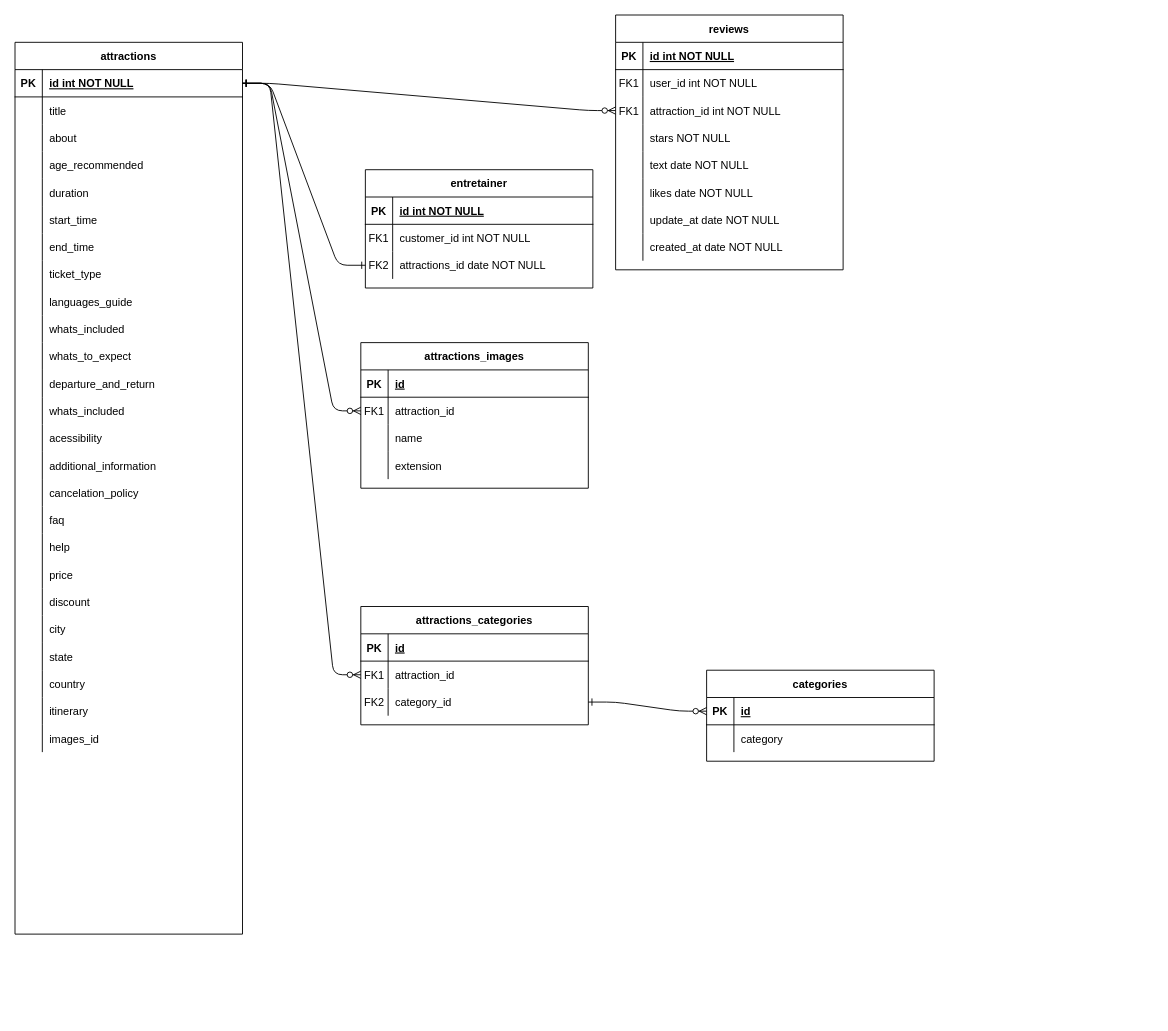
This is diagram/Untitled Diagram.drawio from gabrielulbrich/tourin, a draw.io file, before an edit. Source tidied: cells renumbered, new cells numbered last; positions are measured from the earlier drawing's top-left corner, leaving out a move shared by most shapes. Both pictures are drawn from the tidied source at 91%, with x=0, y=0 at pixel (15, 15).
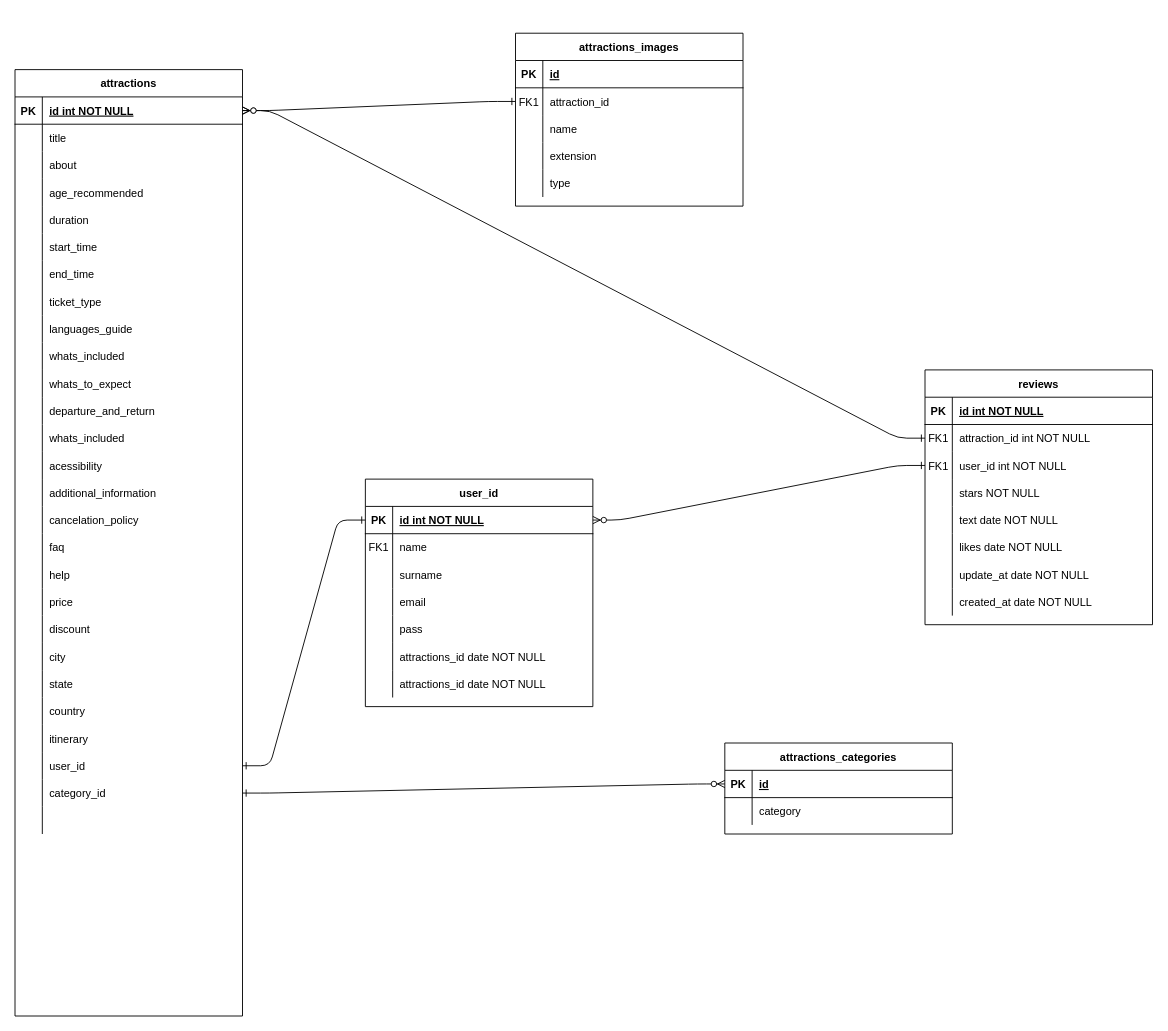
Above is the later version.

The change refers to these unchanged cells:
```xml
<mxCell id="4" style="shape=partialRectangle;fillColor=none;points=[[0,0.5],[1,0.5]];portConstraint=eastwest;top=0;left=0;right=0;bottom=1;" parent="3" vertex="1">
  <mxGeometry y="30" width="250" height="30" as="geometry" />
</mxCell>
<mxCell id="7" style="shape=partialRectangle;fillColor=none;top=0;left=0;right=0;bottom=0;" parent="3" vertex="1">
  <mxGeometry y="60" width="250" height="30" as="geometry" />
</mxCell>
<mxCell id="10" style="shape=partialRectangle;fillColor=none;points=[[0,0.5],[1,0.5]];portConstraint=eastwest;top=0;left=0;right=0;bottom=0;" parent="3" vertex="1">
  <mxGeometry y="90" width="250" height="30" as="geometry" />
</mxCell>
<mxCell id="39" style="shape=partialRectangle;fillColor=none;points=[[0,0.5],[1,0.5]];portConstraint=eastwest;top=0;left=0;right=0;bottom=1;" parent="38" vertex="1">
  <mxGeometry y="30" width="250" height="30" as="geometry" />
</mxCell>
<mxCell id="116" style="shape=partialRectangle;fillColor=none;points=[[0,0.5],[1,0.5]];portConstraint=eastwest;top=0;left=0;right=0;bottom=1;" parent="115" vertex="1">
  <mxGeometry y="30" width="250" height="30" as="geometry" />
</mxCell>
<mxCell id="137" style="shape=partialRectangle;fillColor=none;points=[[0,0.5],[1,0.5]];portConstraint=eastwest;top=0;left=0;right=0;bottom=0;" parent="133" vertex="1">
  <mxGeometry y="60" width="250" height="30" as="geometry" />
</mxCell>
```

What changed in the source:
```diff
@@
-    <mxCell id="2" style="edgeStyle=entityRelationEdgeStyle;endArrow=ERone;startArrow=ERone;endFill=0;startFill=0;exitX=1;exitY=0.5;exitDx=0;exitDy=0;entryX=0;entryY=0.5;entryDx=0;entryDy=0;" parent="1" edge="1" source="39" target="10">
+    <mxCell id="2" style="edgeStyle=entityRelationEdgeStyle;endArrow=ERone;startArrow=ERone;endFill=0;startFill=0;exitX=1;exitY=0.5;exitDx=0;exitDy=0;entryX=0;entryY=0.5;entryDx=0;entryDy=0;" parent="1" edge="1" source="162" target="4">
       <mxGeometry relative="1" as="geometry" />
     </mxCell>
-    <mxCell id="3" value="entretainer" style="shape=table;startSize=30;childLayout=tableLayout;rowLines=0;fontStyle=1;align=center;" parent="1" vertex="1">
-      <mxGeometry x="385" y="170" width="250" height="130" as="geometry" />
+    <mxCell id="3" value="user_id" style="shape=table;startSize=30;childLayout=tableLayout;rowLines=0;fontStyle=1;align=center;" parent="1" vertex="1">
+      <mxGeometry x="385" y="510" width="250" height="250" as="geometry" />
     </mxCell>
@@
-    <mxCell id="9" value="customer_id int NOT NULL" style="shape=partialRectangle;overflow=hidden;fillColor=none;top=0;left=0;bottom=0;right=0;align=left;spacingLeft=6;" parent="7" vertex="1">
+    <mxCell id="9" value="name" style="shape=partialRectangle;overflow=hidden;fillColor=none;top=0;left=0;bottom=0;right=0;align=left;spacingLeft=6;" parent="7" vertex="1">
       <mxGeometry x="30" width="220" height="30" as="geometry" />
     </mxCell>
@@
-    <mxCell id="11" value="FK2" style="shape=partialRectangle;overflow=hidden;fillColor=none;top=0;left=0;bottom=0;right=0;" parent="10" vertex="1">
-      <mxGeometry width="30" height="30" as="geometry" />
-    </mxCell>
-    <mxCell id="12" value="attractions_id date NOT NULL" style="shape=partialRectangle;overflow=hidden;fillColor=none;top=0;left=0;bottom=0;right=0;align=left;spacingLeft=6;" parent="10" vertex="1">
-      <mxGeometry x="30" width="220" height="30" as="geometry" />
-    </mxCell>
+    <mxCell id="148" style="shape=partialRectangle;overflow=hidden;fillColor=none;top=0;left=0;bottom=0;right=0;" parent="10" vertex="1">
+      <mxGeometry width="30" height="30" as="geometry" />
+    </mxCell>
+    <mxCell id="149" value="surname" style="shape=partialRectangle;overflow=hidden;fillColor=none;top=0;left=0;bottom=0;right=0;align=left;spacingLeft=6;" parent="10" vertex="1">
+      <mxGeometry x="30" width="220" height="30" as="geometry" />
+    </mxCell>
+    <mxCell id="150" style="shape=partialRectangle;fillColor=none;top=0;left=0;right=0;bottom=0;" parent="3" vertex="1">
+      <mxGeometry y="120" width="250" height="30" as="geometry" />
+    </mxCell>
+    <mxCell id="151" style="shape=partialRectangle;overflow=hidden;fillColor=none;top=0;left=0;bottom=0;right=0;" parent="150" vertex="1">
+      <mxGeometry width="30" height="30" as="geometry" />
+    </mxCell>
+    <mxCell id="152" value="email" style="shape=partialRectangle;overflow=hidden;fillColor=none;top=0;left=0;bottom=0;right=0;align=left;spacingLeft=6;" parent="150" vertex="1">
+      <mxGeometry x="30" width="220" height="30" as="geometry" />
+    </mxCell>
+    <mxCell id="153" style="shape=partialRectangle;fillColor=none;top=0;left=0;right=0;bottom=0;" parent="3" vertex="1">
+      <mxGeometry y="150" width="250" height="30" as="geometry" />
+    </mxCell>
+    <mxCell id="154" style="shape=partialRectangle;overflow=hidden;fillColor=none;top=0;left=0;bottom=0;right=0;" parent="153" vertex="1">
+      <mxGeometry width="30" height="30" as="geometry" />
+    </mxCell>
+    <mxCell id="155" value="pass" style="shape=partialRectangle;overflow=hidden;fillColor=none;top=0;left=0;bottom=0;right=0;align=left;spacingLeft=6;" parent="153" vertex="1">
+      <mxGeometry x="30" width="220" height="30" as="geometry" />
+    </mxCell>
+    <mxCell id="156" style="shape=partialRectangle;fillColor=none;top=0;left=0;right=0;bottom=0;" parent="3" vertex="1">
+      <mxGeometry y="180" width="250" height="30" as="geometry" />
+    </mxCell>
+    <mxCell id="157" style="shape=partialRectangle;overflow=hidden;fillColor=none;top=0;left=0;bottom=0;right=0;" parent="156" vertex="1">
+      <mxGeometry width="30" height="30" as="geometry" />
+    </mxCell>
+    <mxCell id="158" value="attractions_id date NOT NULL" style="shape=partialRectangle;overflow=hidden;fillColor=none;top=0;left=0;bottom=0;right=0;align=left;spacingLeft=6;" parent="156" vertex="1">
+      <mxGeometry x="30" width="220" height="30" as="geometry" />
+    </mxCell>
+    <mxCell id="159" style="shape=partialRectangle;fillColor=none;top=0;left=0;right=0;bottom=0;" parent="3" vertex="1">
+      <mxGeometry y="210" width="250" height="30" as="geometry" />
+    </mxCell>
+    <mxCell id="160" style="shape=partialRectangle;overflow=hidden;fillColor=none;top=0;left=0;bottom=0;right=0;" parent="159" vertex="1">
+      <mxGeometry width="30" height="30" as="geometry" />
+    </mxCell>
+    <mxCell id="161" value="attractions_id date NOT NULL" style="shape=partialRectangle;overflow=hidden;fillColor=none;top=0;left=0;bottom=0;right=0;align=left;spacingLeft=6;" parent="159" vertex="1">
+      <mxGeometry x="30" width="220" height="30" as="geometry" />
+    </mxCell>
     <mxCell id="13" value="reviews" style="shape=table;startSize=30;childLayout=tableLayout;rowLines=0;fontStyle=1;align=center;" parent="1" vertex="1">
-      <mxGeometry x="660" width="250" height="280" as="geometry" />
+      <mxGeometry x="1000" y="390" width="250" height="280" as="geometry" />
     </mxCell>
@@
+    <mxCell id="20" style="shape=partialRectangle;fillColor=none;points=[[0,0.5],[1,0.5]];portConstraint=eastwest;top=0;left=0;right=0;bottom=0;" parent="13" vertex="1">
+      <mxGeometry y="60" width="250" height="30" as="geometry" />
+    </mxCell>
+    <mxCell id="21" value="FK1" style="shape=partialRectangle;overflow=hidden;fillColor=none;top=0;left=0;bottom=0;right=0;" parent="20" vertex="1">
+      <mxGeometry width="30" height="30" as="geometry" />
+    </mxCell>
+    <mxCell id="22" value="attraction_id int NOT NULL" style="shape=partialRectangle;overflow=hidden;fillColor=none;top=0;left=0;bottom=0;right=0;align=left;spacingLeft=6;" parent="20" vertex="1">
+      <mxGeometry x="30" width="220" height="30" as="geometry" />
+    </mxCell>
     <mxCell id="17" style="shape=partialRectangle;fillColor=none;points=[[0,0.5],[1,0.5]];portConstraint=eastwest;top=0;left=0;right=0;bottom=0;" parent="13" vertex="1">
-      <mxGeometry y="60" width="250" height="30" as="geometry" />
+      <mxGeometry y="90" width="250" height="30" as="geometry" />
     </mxCell>
@@
-    <mxCell id="20" style="shape=partialRectangle;fillColor=none;points=[[0,0.5],[1,0.5]];portConstraint=eastwest;top=0;left=0;right=0;bottom=0;" parent="13" vertex="1">
-      <mxGeometry y="90" width="250" height="30" as="geometry" />
-    </mxCell>
-    <mxCell id="21" value="FK1" style="shape=partialRectangle;overflow=hidden;fillColor=none;top=0;left=0;bottom=0;right=0;" parent="20" vertex="1">
-      <mxGeometry width="30" height="30" as="geometry" />
-    </mxCell>
-    <mxCell id="22" value="attraction_id int NOT NULL" style="shape=partialRectangle;overflow=hidden;fillColor=none;top=0;left=0;bottom=0;right=0;align=left;spacingLeft=6;" parent="20" vertex="1">
-      <mxGeometry x="30" width="220" height="30" as="geometry" />
-    </mxCell>
@@
     <mxCell id="38" value="attractions" style="shape=table;startSize=30;childLayout=tableLayout;rowLines=0;fontStyle=1;align=center;" parent="1" vertex="1">
-      <mxGeometry y="30" width="250" height="980" as="geometry" />
+      <mxGeometry y="60" width="250" height="1040" as="geometry" />
     </mxCell>
@@
+    <mxCell id="162" style="shape=partialRectangle;fillColor=none;points=[[0,0.5],[1,0.5]];portConstraint=eastwest;top=0;left=0;right=0;bottom=0;" parent="38" vertex="1">
+      <mxGeometry y="750" width="250" height="30" as="geometry" />
+    </mxCell>
+    <mxCell id="163" value="     " style="shape=partialRectangle;overflow=hidden;fillColor=none;top=0;left=0;bottom=0;right=0;" parent="162" vertex="1">
+      <mxGeometry width="30" height="30" as="geometry" />
+    </mxCell>
+    <mxCell id="164" value="user_id" style="shape=partialRectangle;overflow=hidden;fillColor=none;top=0;left=0;bottom=0;right=0;align=left;spacingLeft=6;" parent="162" vertex="1">
+      <mxGeometry x="30" width="220" height="30" as="geometry" />
+    </mxCell>
+    <mxCell id="165" style="shape=partialRectangle;fillColor=none;points=[[0,0.5],[1,0.5]];portConstraint=eastwest;top=0;left=0;right=0;bottom=0;" parent="38" vertex="1">
+      <mxGeometry y="780" width="250" height="30" as="geometry" />
+    </mxCell>
+    <mxCell id="166" style="shape=partialRectangle;overflow=hidden;fillColor=none;top=0;left=0;bottom=0;right=0;" parent="165" vertex="1">
+      <mxGeometry width="30" height="30" as="geometry" />
+    </mxCell>
+    <mxCell id="167" value="category_id" style="shape=partialRectangle;overflow=hidden;fillColor=none;top=0;left=0;bottom=0;right=0;align=left;spacingLeft=6;" parent="165" vertex="1">
+      <mxGeometry x="30" width="220" height="30" as="geometry" />
+    </mxCell>
     <mxCell id="111" style="shape=partialRectangle;fillColor=none;top=0;left=0;right=0;bottom=0;" parent="38" vertex="1">
-      <mxGeometry y="750" width="250" height="30" as="geometry" />
+      <mxGeometry y="810" width="250" height="30" as="geometry" />
     </mxCell>
@@
-    <mxCell id="113" value="images_id" style="shape=partialRectangle;overflow=hidden;fillColor=none;top=0;left=0;bottom=0;right=0;align=left;spacingLeft=6;" parent="111" vertex="1">
+    <mxCell id="113" style="shape=partialRectangle;overflow=hidden;fillColor=none;top=0;left=0;bottom=0;right=0;align=left;spacingLeft=6;" parent="111" vertex="1">
       <mxGeometry x="30" width="220" height="30" as="geometry" />
     </mxCell>
-    <mxCell id="114" style="edgeStyle=entityRelationEdgeStyle;endArrow=ERzeroToMany;startArrow=ERone;endFill=1;startFill=0;entryX=0;entryY=0.5;entryDx=0;entryDy=0;exitX=1;exitY=0.5;exitDx=0;exitDy=0;" parent="1" edge="1" source="39" target="20">
+    <mxCell id="114" style="edgeStyle=entityRelationEdgeStyle;endArrow=ERzeroToMany;startArrow=ERone;endFill=1;startFill=0;exitX=0;exitY=0.5;exitDx=0;exitDy=0;entryX=1;entryY=0.5;entryDx=0;entryDy=0;" parent="1" edge="1" source="20" target="39">
       <mxGeometry relative="1" as="geometry">
         <Array as="points">
-          <mxPoint x="200" y="335" />
-          <mxPoint x="170" y="375" />
-          <mxPoint x="180" y="305" />
-          <mxPoint x="160" y="230" />
-          <mxPoint x="180" y="285" />
-          <mxPoint x="180" y="275" />
-          <mxPoint x="200" y="265" />
+          <mxPoint x="620" y="760" />
+          <mxPoint x="590" y="800" />
+          <mxPoint x="600" y="730" />
+          <mxPoint x="580" y="655" />
+          <mxPoint x="600" y="710" />
+          <mxPoint x="600" y="700" />
+          <mxPoint x="620" y="690" />
         </Array>
       </mxGeometry>
     </mxCell>
     <mxCell id="115" value="attractions_categories" style="shape=table;startSize=30;childLayout=tableLayout;rowLines=0;fontStyle=1;align=center;" parent="1" vertex="1">
-      <mxGeometry x="380" y="650" width="250" height="130" as="geometry" />
+      <mxGeometry x="780" y="800" width="250" height="100" as="geometry" />
     </mxCell>
@@
-    <mxCell id="119" style="shape=partialRectangle;fillColor=none;points=[[0,0.5],[1,0.5]];portConstraint=eastwest;top=0;left=0;right=0;bottom=0;" parent="115" vertex="1">
-      <mxGeometry y="60" width="250" height="30" as="geometry" />
-    </mxCell>
-    <mxCell id="120" value="FK1" style="shape=partialRectangle;overflow=hidden;fillColor=none;top=0;left=0;bottom=0;right=0;" parent="119" vertex="1">
-      <mxGeometry width="30" height="30" as="geometry" />
-    </mxCell>
-    <mxCell id="121" value="attraction_id" style="shape=partialRectangle;overflow=hidden;fillColor=none;top=0;left=0;bottom=0;right=0;align=left;spacingLeft=6;" parent="119" vertex="1">
-      <mxGeometry x="30" width="220" height="30" as="geometry" />
-    </mxCell>
     <mxCell id="122" style="shape=partialRectangle;fillColor=none;points=[[0,0.5],[1,0.5]];portConstraint=eastwest;top=0;left=0;right=0;bottom=0;" parent="115" vertex="1">
-      <mxGeometry y="90" width="250" height="30" as="geometry" />
+      <mxGeometry y="60" width="250" height="30" as="geometry" />
     </mxCell>
-    <mxCell id="123" value="FK2" style="shape=partialRectangle;overflow=hidden;fillColor=none;top=0;left=0;bottom=0;right=0;" parent="122" vertex="1">
+    <mxCell id="123" style="shape=partialRectangle;overflow=hidden;fillColor=none;top=0;left=0;bottom=0;right=0;" parent="122" vertex="1">
       <mxGeometry width="30" height="30" as="geometry" />
     </mxCell>
-    <mxCell id="124" value="category_id" style="shape=partialRectangle;overflow=hidden;fillColor=none;top=0;left=0;bottom=0;right=0;align=left;spacingLeft=6;" parent="122" vertex="1">
+    <mxCell id="124" value="category" style="shape=partialRectangle;overflow=hidden;fillColor=none;top=0;left=0;bottom=0;right=0;align=left;spacingLeft=6;" parent="122" vertex="1">
       <mxGeometry x="30" width="220" height="30" as="geometry" />
     </mxCell>
-    <mxCell id="125" value="categories" style="shape=table;startSize=30;childLayout=tableLayout;rowLines=0;fontStyle=1;align=center;" parent="1" vertex="1">
-      <mxGeometry x="760" y="720" width="250" height="100" as="geometry" />
-    </mxCell>
-    <mxCell id="126" style="shape=partialRectangle;fillColor=none;points=[[0,0.5],[1,0.5]];portConstraint=eastwest;top=0;left=0;right=0;bottom=1;" parent="125" vertex="1">
-      <mxGeometry y="30" width="250" height="30" as="geometry" />
-    </mxCell>
-    <mxCell id="127" value="PK" style="shape=partialRectangle;overflow=hidden;fillColor=none;top=0;left=0;bottom=0;right=0;fontStyle=1;" parent="126" vertex="1">
-      <mxGeometry width="30" height="30" as="geometry" />
-    </mxCell>
-    <mxCell id="128" value="id" style="shape=partialRectangle;overflow=hidden;fillColor=none;top=0;left=0;bottom=0;right=0;align=left;spacingLeft=6;fontStyle=5;" parent="126" vertex="1">
-      <mxGeometry x="30" width="220" height="30" as="geometry" />
-    </mxCell>
-    <mxCell id="129" style="shape=partialRectangle;fillColor=none;top=0;left=0;right=0;bottom=0;" parent="125" vertex="1">
-      <mxGeometry y="60" width="250" height="30" as="geometry" />
-    </mxCell>
-    <mxCell id="130" style="shape=partialRectangle;overflow=hidden;fillColor=none;top=0;left=0;bottom=0;right=0;" parent="129" vertex="1">
-      <mxGeometry width="30" height="30" as="geometry" />
-    </mxCell>
-    <mxCell id="131" value="category" style="shape=partialRectangle;overflow=hidden;fillColor=none;top=0;left=0;bottom=0;right=0;align=left;spacingLeft=6;" parent="129" vertex="1">
-      <mxGeometry x="30" width="220" height="30" as="geometry" />
-    </mxCell>
-    <mxCell id="132" style="edgeStyle=entityRelationEdgeStyle;endArrow=ERzeroToMany;startArrow=ERone;endFill=1;startFill=0;entryX=0;entryY=0.5;entryDx=0;entryDy=0;exitX=1;exitY=0.5;exitDx=0;exitDy=0;" parent="1" edge="1" source="122" target="126">
-      <mxGeometry relative="1" as="geometry">
-        <Array as="points">
-          <mxPoint x="260" y="895" />
-          <mxPoint x="190" y="820" />
-          <mxPoint x="290" y="790" />
-          <mxPoint x="230" y="935" />
-          <mxPoint x="240" y="865" />
-          <mxPoint x="220" y="790" />
-          <mxPoint x="240" y="845" />
-          <mxPoint x="240" y="835" />
-          <mxPoint x="260" y="825" />
-        </Array>
-      </mxGeometry>
-    </mxCell>
     <mxCell id="133" value="attractions_images" style="shape=table;startSize=30;childLayout=tableLayout;rowLines=0;fontStyle=1;align=center;" parent="1" vertex="1">
-      <mxGeometry x="380" y="360" width="250" height="160" as="geometry" />
+      <mxGeometry x="550" y="20" width="250" height="190" as="geometry" />
     </mxCell>
@@
+    <mxCell id="168" style="shape=partialRectangle;fillColor=none;top=0;left=0;right=0;bottom=0;" parent="133" vertex="1">
+      <mxGeometry y="150" width="250" height="30" as="geometry" />
+    </mxCell>
+    <mxCell id="169" style="shape=partialRectangle;overflow=hidden;fillColor=none;top=0;left=0;bottom=0;right=0;" parent="168" vertex="1">
+      <mxGeometry width="30" height="30" as="geometry" />
+    </mxCell>
+    <mxCell id="170" value="type" style="shape=partialRectangle;overflow=hidden;fillColor=none;top=0;left=0;bottom=0;right=0;align=left;spacingLeft=6;" parent="168" vertex="1">
+      <mxGeometry x="30" width="220" height="30" as="geometry" />
+    </mxCell>
-    <mxCell id="146" style="edgeStyle=entityRelationEdgeStyle;endArrow=ERzeroToMany;startArrow=ERone;endFill=1;startFill=0;entryX=0;entryY=0.5;entryDx=0;entryDy=0;exitX=1;exitY=0.5;exitDx=0;exitDy=0;" parent="1" edge="1" source="39" target="137">
+    <mxCell id="146" style="edgeStyle=entityRelationEdgeStyle;endArrow=ERzeroToMany;startArrow=ERone;endFill=1;startFill=0;entryX=1;entryY=0.5;entryDx=0;entryDy=0;exitX=0;exitY=0.5;exitDx=0;exitDy=0;" parent="1" edge="1" source="137" target="39">
       <mxGeometry relative="1" as="geometry" />
     </mxCell>
-    <mxCell id="147" style="edgeStyle=entityRelationEdgeStyle;endArrow=ERzeroToMany;startArrow=ERone;endFill=1;startFill=0;entryX=0;entryY=0.5;entryDx=0;entryDy=0;exitX=1;exitY=0.5;exitDx=0;exitDy=0;" parent="1" edge="1" source="39" target="119">
+    <mxCell id="147" style="edgeStyle=entityRelationEdgeStyle;endArrow=ERzeroToMany;startArrow=ERone;endFill=1;startFill=0;entryX=0;entryY=0.5;entryDx=0;entryDy=0;exitX=1;exitY=0.5;exitDx=0;exitDy=0;" parent="1" edge="1" source="165" target="116">
       <mxGeometry relative="1" as="geometry" />
     </mxCell>
+    <mxCell id="171" style="edgeStyle=entityRelationEdgeStyle;endArrow=ERzeroToMany;startArrow=ERone;endFill=1;startFill=0;exitX=0;exitY=0.5;exitDx=0;exitDy=0;entryX=1;entryY=0.5;entryDx=0;entryDy=0;" parent="1" edge="1" source="17" target="4">
+      <mxGeometry relative="1" as="geometry">
+        <Array as="points">
+          <mxPoint x="630" y="770" />
+          <mxPoint x="600" y="810" />
+          <mxPoint x="610" y="740" />
+          <mxPoint x="590" y="665" />
+          <mxPoint x="740" y="550" />
+          <mxPoint x="610" y="720" />
+          <mxPoint x="610" y="710" />
+          <mxPoint x="630" y="700" />
+        </Array>
+      </mxGeometry>
+    </mxCell>
```
